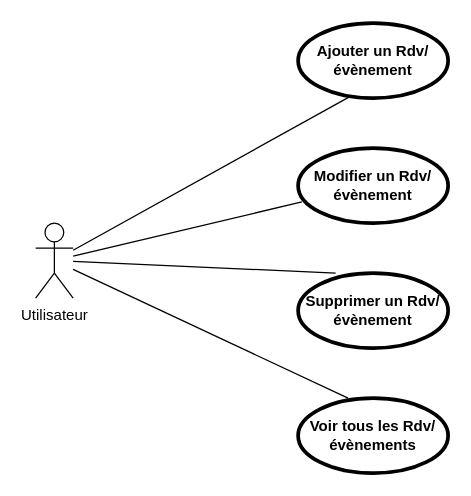
tchicoulo/learnathome keeps this draw.io diagram as Calendrier Diagram.drawio. Above is the earlier version. Source tidied: cells renumbered, new cells numbered last; positions are measured from the earlier drawing's top-left corner, leaving out a move shared by most shapes. Both pictures are drawn from the tidied source at 125%, with x=0, y=0 at pixel (35, 22).
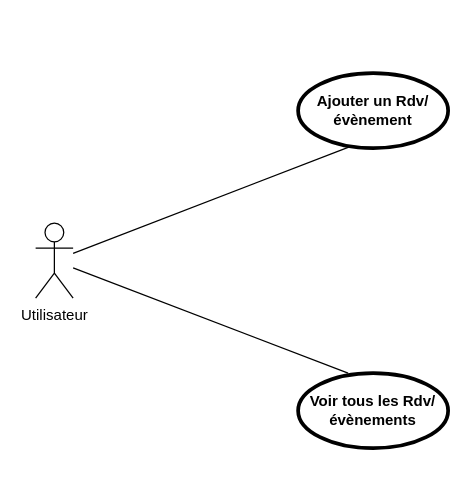
The same page after the edit.

What changed in the source:
```diff
@@
 <mxGraphModel>
   <root>
     <mxCell id="0" />
     <mxCell id="1" parent="0" />
     <mxCell id="2" value="Utilisateur" style="shape=umlActor;verticalLabelPosition=bottom;verticalAlign=top;html=1;outlineConnect=0;" parent="1" vertex="1">
       <mxGeometry y="160" width="30" height="60" as="geometry" />
     </mxCell>
     <mxCell id="3" value="Voir tous les Rdv/évènements" style="shape=ellipse;html=1;strokeWidth=3;fontStyle=1;whiteSpace=wrap;align=center;perimeter=ellipsePerimeter;" parent="1" vertex="1">
-      <mxGeometry x="210" y="300" width="120" height="60" as="geometry" />
+      <mxGeometry x="210" y="280" width="120" height="60" as="geometry" />
     </mxCell>
-    <mxCell id="4" value="Supprimer un Rdv/évènement" style="shape=ellipse;html=1;strokeWidth=3;fontStyle=1;whiteSpace=wrap;align=center;perimeter=ellipsePerimeter;" parent="1" vertex="1">
-      <mxGeometry x="210" y="200" width="120" height="60" as="geometry" />
-    </mxCell>
-    <mxCell id="5" value="Modifier un Rdv/évènement" style="shape=ellipse;html=1;strokeWidth=3;fontStyle=1;whiteSpace=wrap;align=center;perimeter=ellipsePerimeter;" parent="1" vertex="1">
-      <mxGeometry x="210" y="100" width="120" height="60" as="geometry" />
-    </mxCell>
     <mxCell id="6" value="Ajouter un Rdv/évènement" style="shape=ellipse;html=1;strokeWidth=3;fontStyle=1;whiteSpace=wrap;align=center;perimeter=ellipsePerimeter;" parent="1" vertex="1">
-      <mxGeometry x="210" width="120" height="60" as="geometry" />
+      <mxGeometry x="210" y="40" width="120" height="60" as="geometry" />
     </mxCell>
     <mxCell id="7" style="edgeStyle=none;html=1;endArrow=none;verticalAlign=bottom;rounded=0;entryX=0.342;entryY=0.983;entryDx=0;entryDy=0;entryPerimeter=0;" parent="1" edge="1" source="2" target="6">
       <mxGeometry relative="1" as="geometry" />
     </mxCell>
-    <mxCell id="8" style="edgeStyle=none;html=1;endArrow=none;verticalAlign=bottom;rounded=0;entryX=0.025;entryY=0.717;entryDx=0;entryDy=0;entryPerimeter=0;" parent="1" edge="1" source="2" target="5">
-      <mxGeometry relative="1" as="geometry" />
-    </mxCell>
-    <mxCell id="9" style="edgeStyle=none;html=1;endArrow=none;verticalAlign=bottom;rounded=0;entryX=0.25;entryY=0;entryDx=0;entryDy=0;entryPerimeter=0;" parent="1" edge="1" source="2" target="4">
-      <mxGeometry relative="1" as="geometry" />
-    </mxCell>
     <mxCell id="10" style="edgeStyle=none;html=1;endArrow=none;verticalAlign=bottom;rounded=0;entryX=0.333;entryY=0;entryDx=0;entryDy=0;entryPerimeter=0;" parent="1" edge="1" source="2" target="3">
       <mxGeometry relative="1" as="geometry" />
     </mxCell>
   </root>
 </mxGraphModel>
```
